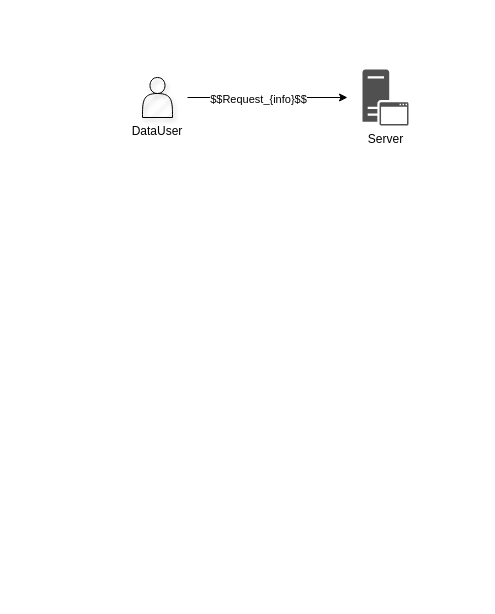
Above: page "Ask For Access Right" (4 of 4) of 碩論/Fig/Fig1.drawio in kuromasama/Paper (draw.io), before the change. Source tidied: cells renumbered, new cells numbered last; positions are measured from the earlier drawing's top-left corner, leaving out a move shared by most shapes. Both pictures are drawn from the tidied source at 100%, with x=0, y=0 at pixel (142, 69). Pictures stored in the file or linked from it are replaced by grey dashed boxes.
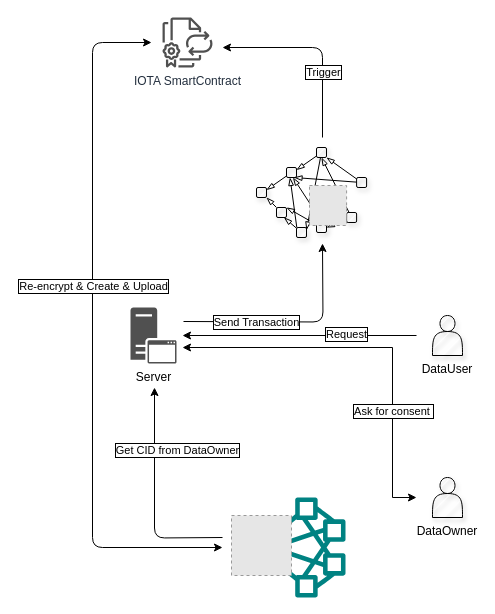
After the change.

What changed in the source:
```diff
@@
-    <mxCell id="2" style="edgeStyle=orthogonalEdgeStyle;rounded=0;jettySize=auto;html=1;targetPerimeterSpacing=15;sourcePerimeterSpacing=15;" parent="1" edge="1" source="4" target="5">
+    <mxCell id="2" style="edgeStyle=orthogonalEdgeStyle;rounded=0;jettySize=auto;html=1;sourcePerimeterSpacing=16;targetPerimeterSpacing=6;" parent="1" edge="1" source="4" target="5">
       <mxGeometry relative="1" as="geometry" />
     </mxCell>
-    <mxCell id="3" value="$$Request_{info}$$" style="edgeLabel;html=1;align=center;verticalAlign=middle;" parent="2" vertex="1">
-      <mxGeometry x="-0.12" y="-1" relative="1" as="geometry" />
-    </mxCell>
+    <mxCell id="6" value="Request" style="edgeLabel;html=1;align=center;verticalAlign=middle;labelBorderColor=default;" parent="2" vertex="1">
+      <mxGeometry x="-0.39" y="-2" relative="1" as="geometry" />
+    </mxCell>
     <mxCell id="4" value="DataUser" style="shape=actor;whiteSpace=wrap;html=1;comic=0;shadow=1;fillStyle=hatch;verticalAlign=top;horizontal=1;labelPosition=center;verticalLabelPosition=bottom;align=center;" parent="1" vertex="1">
-      <mxGeometry y="8" width="30" height="40" as="geometry" />
+      <mxGeometry x="290" y="246" width="30" height="40" as="geometry" />
     </mxCell>
     <mxCell id="5" value="Server" style="sketch=0;shadow=0;dashed=0;html=1;strokeColor=none;fillColor=#505050;labelPosition=center;verticalLabelPosition=bottom;verticalAlign=top;outlineConnect=0;align=center;shape=mxgraph.office.servers.application_server;comic=0;fillStyle=auto;fontFamily=Helvetica;fontSize=12;fontColor=default;" parent="1" vertex="1">
-      <mxGeometry x="220" width="46" height="56" as="geometry" />
+      <mxGeometry x="-12" y="238" width="46" height="56" as="geometry" />
     </mxCell>
+    <mxCell id="7" style="edgeStyle=elbowEdgeStyle;rounded=1;jumpSize=6;orthogonalLoop=1;jettySize=auto;html=1;strokeWidth=1;fontFamily=Helvetica;fontSize=11;fontColor=none;sourcePerimeterSpacing=16;targetPerimeterSpacing=15;elbow=vertical;" parent="1" edge="1">
+      <mxGeometry relative="1" as="geometry">
+        <mxPoint x="180" y="68" as="sourcePoint" />
+        <mxPoint x="80" y="-22" as="targetPoint" />
+        <Array as="points">
+          <mxPoint x="170" y="-22" />
+          <mxPoint x="340" y="-22" />
+        </Array>
+      </mxGeometry>
+    </mxCell>
+    <mxCell id="8" value="Trigger" style="edgeLabel;html=1;align=center;verticalAlign=middle;fontSize=11;fontFamily=Helvetica;fontColor=none;labelBorderColor=default;" parent="7" vertex="1">
+      <mxGeometry x="-0.31" relative="1" as="geometry" />
+    </mxCell>
+    <mxCell id="9" value="IOTA SmartContract" style="sketch=0;outlineConnect=0;fontColor=#232F3E;gradientColor=none;fillColor=#505050;strokeColor=none;dashed=0;verticalLabelPosition=bottom;verticalAlign=top;align=center;html=1;fontSize=12;fontStyle=0;shape=mxgraph.aws4.license_manager_license_blending;shadow=0;comic=0;fillStyle=auto;fontFamily=Helvetica;" parent="1" vertex="1">
+      <mxGeometry x="20" y="-52" width="50" height="50" as="geometry" />
+    </mxCell>
+    <mxCell id="10" style="group;" parent="1" vertex="1">
+      <mxGeometry x="89" y="428" width="114" height="100" as="geometry" />
+    </mxCell>
+    <mxCell id="11" style="sketch=0;fontColor=#232F3E;gradientColor=none;fillColor=#008282;strokeColor=none;dashed=0;verticalLabelPosition=bottom;verticalAlign=top;align=center;html=1;fontSize=12;fontStyle=0;shape=mxgraph.aws4.cluster;shadow=0;comic=0;fillStyle=auto;fontFamily=Helvetica;" parent="10" vertex="1">
+      <mxGeometry x="14" width="100" height="100" as="geometry" />
+    </mxCell>
+    <mxCell id="12" style="fillColor=#E6E6E6;strokeColor=#999999;dashed=1;verticalLabelPosition=bottom;labelBackgroundColor=default;verticalAlign=top;" parent="10" vertex="1">
+      <mxGeometry y="18" width="60" height="60" as="geometry" />
+    </mxCell>
+    <mxCell id="13" style="edgeStyle=orthogonalEdgeStyle;rounded=1;jettySize=auto;html=1;entryX=0.522;entryY=1.429;entryDx=0;entryDy=0;entryPerimeter=0;fontFamily=Helvetica;fontSize=11;fontColor=none;targetPerimeterSpacing=6;startArrow=none;" parent="1" edge="1" target="5">
+      <mxGeometry relative="1" as="geometry">
+        <mxPoint x="80" y="468" as="sourcePoint" />
+      </mxGeometry>
+    </mxCell>
+    <mxCell id="14" value="Get CID from DataOwner" style="edgeLabel;html=1;align=center;verticalAlign=middle;fontSize=11;labelBorderColor=default;" parent="13" vertex="1">
+      <mxGeometry x="0.43" y="-1" relative="1" as="geometry">
+        <mxPoint x="21" as="offset" />
+      </mxGeometry>
+    </mxCell>
+    <mxCell id="15" style="rounded=1;whiteSpace=wrap;html=1;shadow=1;comic=0;fillStyle=hatch;strokeColor=default;fontFamily=Helvetica;fontSize=11;fontColor=none;fillColor=default;" parent="1" vertex="1">
+      <mxGeometry x="214.1" y="108" width="10" height="10" as="geometry" />
+    </mxCell>
+    <mxCell id="16" style="rounded=1;whiteSpace=wrap;html=1;shadow=1;comic=0;fillStyle=hatch;strokeColor=default;fontFamily=Helvetica;fontSize=11;fontColor=none;fillColor=default;" parent="1" vertex="1">
+      <mxGeometry x="174" y="78" width="10" height="10" as="geometry" />
+    </mxCell>
+    <mxCell id="17" style="edgeStyle=none;rounded=0;jettySize=auto;html=1;entryX=1;entryY=1;entryDx=0;entryDy=0;fontFamily=Helvetica;fontSize=11;fontColor=none;endArrow=blockThin;endFill=0;" parent="1" edge="1" source="15" target="16">
+      <mxGeometry relative="1" as="geometry" />
+    </mxCell>
+    <mxCell id="18" style="rounded=1;whiteSpace=wrap;html=1;shadow=1;comic=0;fillStyle=hatch;strokeColor=default;fontFamily=Helvetica;fontSize=11;fontColor=none;fillColor=default;" parent="1" vertex="1">
+      <mxGeometry x="144" y="98" width="10" height="10" as="geometry" />
+    </mxCell>
+    <mxCell id="19" style="edgeStyle=none;rounded=1;jettySize=auto;html=1;entryX=0.75;entryY=1;entryDx=0;entryDy=0;strokeWidth=1;fontFamily=Helvetica;fontSize=11;fontColor=none;endArrow=blockThin;endFill=0;" parent="1" edge="1" source="15" target="18">
+      <mxGeometry relative="1" as="geometry" />
+    </mxCell>
+    <mxCell id="20" style="edgeStyle=none;rounded=1;jettySize=auto;html=1;entryX=1;entryY=0.25;entryDx=0;entryDy=0;strokeWidth=1;fontFamily=Helvetica;fontSize=11;fontColor=none;endArrow=blockThin;endFill=0;" parent="1" edge="1" source="16" target="18">
+      <mxGeometry relative="1" as="geometry" />
+    </mxCell>
+    <mxCell id="21" style="edgeStyle=none;rounded=1;jettySize=auto;html=1;strokeWidth=1;fontFamily=Helvetica;fontSize=11;fontColor=none;endArrow=blockThin;endFill=0;" parent="1" edge="1" source="22">
+      <mxGeometry relative="1" as="geometry">
+        <mxPoint x="124" y="128" as="targetPoint" />
+      </mxGeometry>
+    </mxCell>
+    <mxCell id="22" style="rounded=1;whiteSpace=wrap;html=1;shadow=1;comic=0;fillStyle=hatch;strokeColor=default;fontFamily=Helvetica;fontSize=11;fontColor=none;fillColor=default;" parent="1" vertex="1">
+      <mxGeometry x="134" y="138" width="10" height="10" as="geometry" />
+    </mxCell>
+    <mxCell id="23" style="rounded=1;orthogonalLoop=1;jettySize=auto;html=1;entryX=0.25;entryY=1;entryDx=0;entryDy=0;strokeWidth=1;fontFamily=Helvetica;fontSize=11;fontColor=none;endArrow=blockThin;endFill=0;" parent="1" edge="1">
+      <mxGeometry relative="1" as="geometry">
+        <mxPoint x="179.8" y="153" as="sourcePoint" />
+        <mxPoint x="150.5" y="108" as="targetPoint" />
+      </mxGeometry>
+    </mxCell>
+    <mxCell id="24" style="edgeStyle=none;rounded=1;jettySize=auto;html=1;entryX=1;entryY=0;entryDx=0;entryDy=0;strokeWidth=1;fontFamily=Helvetica;fontSize=11;fontColor=none;endArrow=blockThin;endFill=0;" parent="1" edge="1" source="25" target="22">
+      <mxGeometry relative="1" as="geometry" />
+    </mxCell>
+    <mxCell id="25" style="rounded=1;whiteSpace=wrap;html=1;shadow=1;comic=0;fillStyle=hatch;strokeColor=default;fontFamily=Helvetica;fontSize=11;fontColor=none;fillColor=default;" parent="1" vertex="1">
+      <mxGeometry x="174" y="153" width="10" height="10" as="geometry" />
+    </mxCell>
+    <mxCell id="26" style="rounded=1;orthogonalLoop=1;jettySize=auto;html=1;entryX=0.75;entryY=1;entryDx=0;entryDy=0;strokeWidth=1;fontFamily=Helvetica;fontSize=11;fontColor=none;endArrow=blockThin;endFill=0;" parent="1" edge="1">
+      <mxGeometry relative="1" as="geometry">
+        <mxPoint x="154.3" y="158" as="sourcePoint" />
+        <mxPoint x="147.5" y="108" as="targetPoint" />
+      </mxGeometry>
+    </mxCell>
+    <mxCell id="27" style="edgeStyle=none;rounded=1;jettySize=auto;html=1;entryX=0.75;entryY=1;entryDx=0;entryDy=0;strokeWidth=1;fontFamily=Helvetica;fontSize=11;fontColor=none;endArrow=blockThin;endFill=0;" parent="1" edge="1" source="28" target="22">
+      <mxGeometry relative="1" as="geometry" />
+    </mxCell>
+    <mxCell id="28" style="rounded=1;whiteSpace=wrap;html=1;shadow=1;comic=0;fillStyle=hatch;strokeColor=default;fontFamily=Helvetica;fontSize=11;fontColor=none;fillColor=default;" parent="1" vertex="1">
+      <mxGeometry x="154" y="158" width="10" height="10" as="geometry" />
+    </mxCell>
+    <mxCell id="29" style="edgeStyle=none;rounded=1;jettySize=auto;html=1;entryX=1;entryY=0.25;entryDx=0;entryDy=0;strokeWidth=1;fontFamily=Helvetica;fontSize=11;fontColor=none;endArrow=blockThin;endFill=0;" parent="1" edge="1" source="16" target="28">
+      <mxGeometry relative="1" as="geometry" />
+    </mxCell>
+    <mxCell id="30" style="rounded=1;whiteSpace=wrap;html=1;shadow=1;comic=0;fillStyle=hatch;strokeColor=default;fontFamily=Helvetica;fontSize=11;fontColor=none;fillColor=default;" parent="1" vertex="1">
+      <mxGeometry x="114" y="118" width="10" height="10" as="geometry" />
+    </mxCell>
+    <mxCell id="31" style="edgeStyle=none;rounded=1;jettySize=auto;html=1;entryX=1;entryY=0.25;entryDx=0;entryDy=0;strokeWidth=1;fontFamily=Helvetica;fontSize=11;fontColor=none;endArrow=blockThin;endFill=0;" parent="1" edge="1" source="18" target="30">
+      <mxGeometry relative="1" as="geometry" />
+    </mxCell>
+    <mxCell id="32" style="edgeStyle=none;rounded=1;jettySize=auto;html=1;entryX=1;entryY=0.5;entryDx=0;entryDy=0;strokeWidth=1;fontFamily=Helvetica;fontSize=11;fontColor=none;endArrow=blockThin;endFill=0;" parent="1" edge="1" source="34" target="25">
+      <mxGeometry relative="1" as="geometry" />
+    </mxCell>
+    <mxCell id="33" style="edgeStyle=none;rounded=1;jettySize=auto;html=1;entryX=0.5;entryY=1;entryDx=0;entryDy=0;strokeWidth=1;fontFamily=Helvetica;fontSize=11;fontColor=none;endArrow=blockThin;endFill=0;" parent="1" edge="1" source="34" target="16">
+      <mxGeometry relative="1" as="geometry" />
+    </mxCell>
+    <mxCell id="34" style="rounded=1;whiteSpace=wrap;html=1;shadow=1;comic=0;fillStyle=hatch;strokeColor=default;fontFamily=Helvetica;fontSize=11;fontColor=none;fillColor=default;" parent="1" vertex="1">
+      <mxGeometry x="204.1" y="143" width="10" height="10" as="geometry" />
+    </mxCell>
+    <mxCell id="35" style="fillColor=#E6E6E6;strokeColor=#999999;dashed=1;verticalLabelPosition=bottom;labelBackgroundColor=default;verticalAlign=top;" parent="1" vertex="1">
+      <mxGeometry x="167" y="116" width="37.1" height="40" as="geometry" />
+    </mxCell>
+    <mxCell id="36" style="edgeStyle=orthogonalEdgeStyle;rounded=1;jumpSize=6;orthogonalLoop=1;jettySize=auto;html=1;strokeWidth=1;fontFamily=Helvetica;fontSize=11;fontColor=none;sourcePerimeterSpacing=7;elbow=vertical;endArrow=classic;endFill=1;" parent="1" edge="1">
+      <mxGeometry relative="1" as="geometry">
+        <mxPoint x="41" y="252" as="sourcePoint" />
+        <mxPoint x="180" y="174" as="targetPoint" />
+      </mxGeometry>
+    </mxCell>
+    <mxCell id="37" value="Send Transaction" style="edgeLabel;html=1;align=center;verticalAlign=middle;fontSize=11;labelBorderColor=default;" parent="36" vertex="1">
+      <mxGeometry x="-0.17" y="-1" relative="1" as="geometry">
+        <mxPoint x="-17" y="-1" as="offset" />
+      </mxGeometry>
+    </mxCell>
+    <mxCell id="38" style="edgeStyle=elbowEdgeStyle;rounded=1;jettySize=auto;html=1;sourcePerimeterSpacing=11;orthogonal=0;arcSize=20;startArrow=classic;startFill=1;endArrow=classic;endFill=1;" parent="1" edge="1" source="9">
+      <mxGeometry relative="1" as="geometry">
+        <mxPoint x="80" y="478" as="targetPoint" />
+        <Array as="points">
+          <mxPoint x="-50" y="-27" />
+          <mxPoint x="-50" y="458" />
+          <mxPoint x="-50" y="228" />
+        </Array>
+      </mxGeometry>
+    </mxCell>
+    <mxCell id="39" value="Re-encrypt &amp;amp; Create &amp;amp; Upload" style="edgeLabel;html=1;align=center;verticalAlign=middle;fontSize=11;labelBorderColor=default;" parent="38" vertex="1">
+      <mxGeometry x="-0.46" y="-3" relative="1" as="geometry">
+        <mxPoint x="3" y="116" as="offset" />
+      </mxGeometry>
+    </mxCell>
+    <mxCell id="40" style="edgeStyle=elbowEdgeStyle;rounded=0;jettySize=auto;html=1;targetPerimeterSpacing=6;sourcePerimeterSpacing=16;startArrow=classic;startFill=1;endArrow=classic;endFill=1;" parent="1" edge="1" source="42" target="5">
+      <mxGeometry relative="1" as="geometry">
+        <Array as="points">
+          <mxPoint x="250" y="278" />
+          <mxPoint x="250" y="288" />
+          <mxPoint x="250" y="348" />
+        </Array>
+      </mxGeometry>
+    </mxCell>
+    <mxCell id="41" value="Ask for consent&amp;nbsp;" style="edgeLabel;html=1;align=center;verticalAlign=middle;labelBorderColor=default;" parent="40" vertex="1">
+      <mxGeometry x="-0.42" relative="1" as="geometry" />
+    </mxCell>
+    <mxCell id="42" value="DataOwner" style="shape=actor;whiteSpace=wrap;html=1;comic=0;shadow=1;fillStyle=hatch;verticalAlign=top;horizontal=1;labelPosition=center;verticalLabelPosition=bottom;align=center;" parent="1" vertex="1">
+      <mxGeometry x="290" y="408" width="30" height="40" as="geometry" />
+    </mxCell>
```
